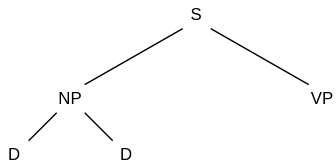
The draw.io diagram Untitled Diagram.drawio.svg in WassayShahid/Draw.io, before a commit. Source tidied: cells renumbered, new cells last; positions are measured from the earlier drawing's top-left corner, leaving out a move shared by most shapes.
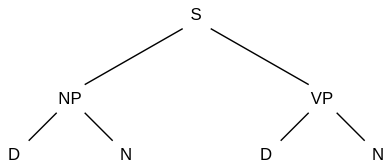
The same diagram one commit later.

Change to the diagram source:
```diff
@@ -23,11 +23,23 @@
     <mxCell id="8" style="endArrow=none;html=1;rounded=0;entryX=0;entryY=1;entryDx=0;entryDy=0;exitX=1;exitY=0;exitDx=0;exitDy=0;" parent="1" edge="1" source="7" target="3">
       <mxGeometry relative="1" as="geometry" />
     </mxCell>
-    <mxCell id="9" value="D" style="text;html=1;align=center;verticalAlign=middle;whiteSpace=wrap;rounded=0;" parent="1" vertex="1">
+    <mxCell id="9" value="N" style="text;html=1;align=center;verticalAlign=middle;whiteSpace=wrap;rounded=0;" parent="1" vertex="1">
       <mxGeometry x="80" y="100" width="20" height="20" as="geometry" />
     </mxCell>
     <mxCell id="10" style="endArrow=none;html=1;rounded=0;entryX=1;entryY=1;entryDx=0;entryDy=0;exitX=0;exitY=0;exitDx=0;exitDy=0;" parent="1" edge="1" source="9" target="3">
       <mxGeometry relative="1" as="geometry" />
     </mxCell>
+    <mxCell id="11" value="D" style="text;html=1;align=center;verticalAlign=middle;whiteSpace=wrap;rounded=0;" parent="1" vertex="1">
+      <mxGeometry x="180" y="100" width="20" height="20" as="geometry" />
+    </mxCell>
+    <mxCell id="12" value="N" style="text;html=1;align=center;verticalAlign=middle;whiteSpace=wrap;rounded=0;" parent="1" vertex="1">
+      <mxGeometry x="260" y="100" width="20" height="20" as="geometry" />
+    </mxCell>
+    <mxCell id="13" style="endArrow=none;html=1;rounded=0;entryX=0;entryY=1;entryDx=0;entryDy=0;exitX=1;exitY=0;exitDx=0;exitDy=0;" parent="1" edge="1" source="11" target="5">
+      <mxGeometry relative="1" as="geometry" />
+    </mxCell>
+    <mxCell id="14" style="endArrow=none;html=1;rounded=0;entryX=1;entryY=1;entryDx=0;entryDy=0;exitX=0;exitY=0;exitDx=0;exitDy=0;" parent="1" edge="1" source="12" target="5">
+      <mxGeometry relative="1" as="geometry" />
+    </mxCell>
   </root>
 </mxGraphModel>
```
